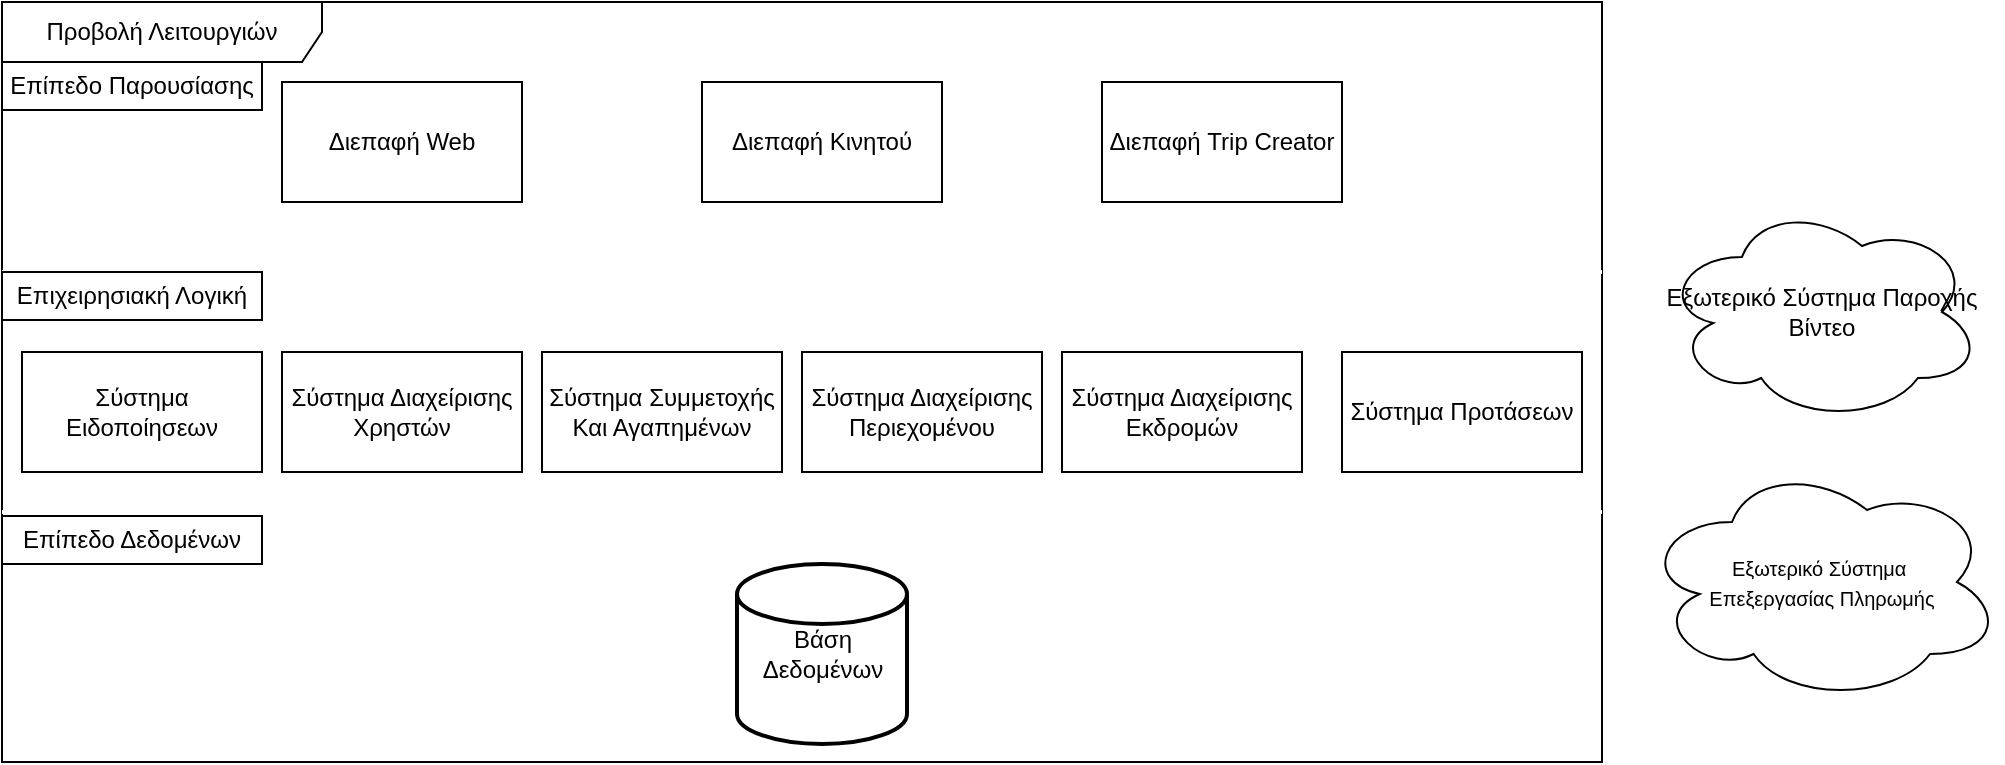
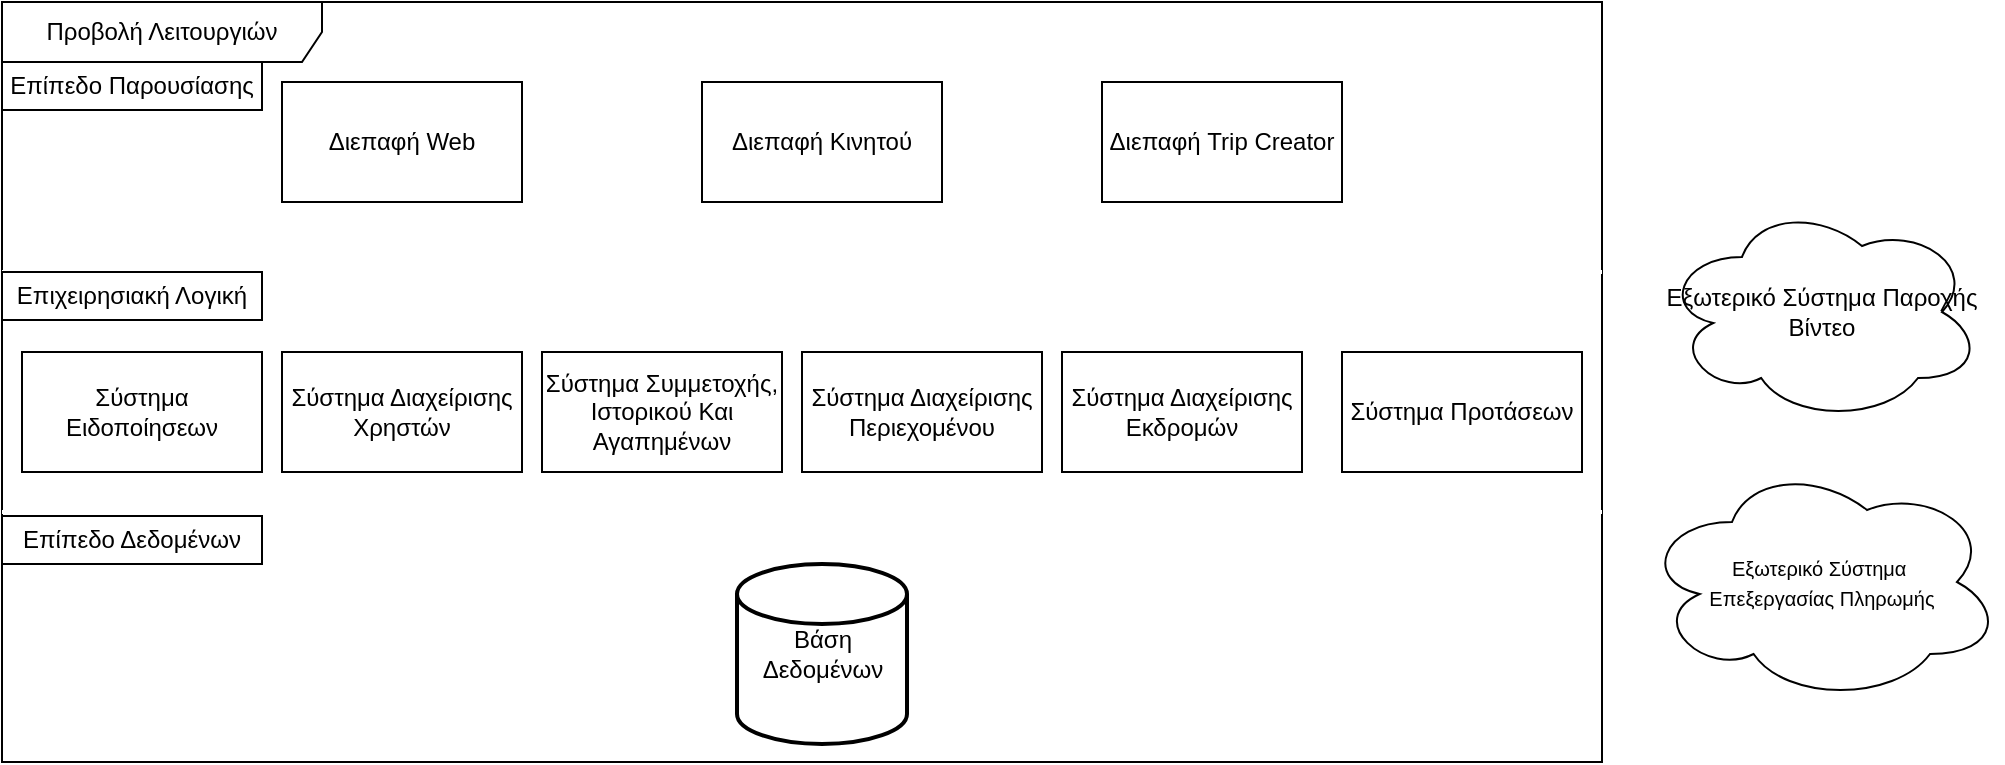
<mxfile host="Electron">
  <diagram name="Page-1" id="LWVoEHIgdcVyGuXH9VBG">
-     <mxGraphModel dx="1276" dy="936" grid="1" gridSize="10" guides="1" tooltips="1" connect="1" arrows="1" fold="1" page="1" pageScale="1" pageWidth="2336" pageHeight="1654" math="0" shadow="0">
+     <mxGraphModel dx="1276" dy="808" grid="1" gridSize="10" guides="1" tooltips="1" connect="1" arrows="1" fold="1" page="1" pageScale="1" pageWidth="2336" pageHeight="1654" math="0" shadow="0">
      <root>
        <mxCell id="0" />
        <mxCell id="1" parent="0" />
        <mxCell id="cU49adkIA0k8HB_ilmj_-1" parent="1" style="shape=umlFrame;whiteSpace=wrap;html=1;pointerEvents=0;recursiveResize=0;container=1;collapsible=0;width=160;" value="Προβολή Λειτουργιών" vertex="1">
          <mxGeometry height="380" width="800" x="350" y="280" as="geometry" />
        </mxCell>
        <mxCell id="cU49adkIA0k8HB_ilmj_-5" parent="cU49adkIA0k8HB_ilmj_-1" style="rounded=0;whiteSpace=wrap;html=1;" value="Σύστημα Διαχείρισης Χρηστών" vertex="1">
          <mxGeometry height="60" width="120" x="140" y="175" as="geometry" />
        </mxCell>
        <mxCell id="cU49adkIA0k8HB_ilmj_-7" parent="cU49adkIA0k8HB_ilmj_-1" style="rounded=0;whiteSpace=wrap;html=1;" value="Σύστημα Ειδοποίησεων" vertex="1">
          <mxGeometry height="60" width="120" x="10" y="175" as="geometry" />
        </mxCell>
-         <mxCell id="cU49adkIA0k8HB_ilmj_-8" parent="cU49adkIA0k8HB_ilmj_-1" style="rounded=0;whiteSpace=wrap;html=1;" value="Σύστημα Συμμετοχής Και Αγαπημένων" vertex="1">
+         <mxCell id="cU49adkIA0k8HB_ilmj_-8" parent="cU49adkIA0k8HB_ilmj_-1" style="rounded=0;whiteSpace=wrap;html=1;" value="Σύστημα Συμμετοχής, Ιστορικού Και Αγαπημένων" vertex="1">
          <mxGeometry height="60" width="120" x="270" y="175" as="geometry" />
        </mxCell>
        <mxCell id="cU49adkIA0k8HB_ilmj_-11" parent="cU49adkIA0k8HB_ilmj_-1" style="whiteSpace=wrap;html=1;" value="Σύστημα Διαχείρισης Περιεχομένου" vertex="1">
          <mxGeometry height="60" width="120" x="400" y="175" as="geometry" />
        </mxCell>
        <mxCell id="cU49adkIA0k8HB_ilmj_-12" parent="cU49adkIA0k8HB_ilmj_-1" style="line;strokeWidth=2;html=1;fontColor=#FF0000;labelBackgroundColor=#FF0000;strokeColor=#FFFFFF;" value="" vertex="1">
          <mxGeometry height="10" width="800" y="130" as="geometry" />
        </mxCell>
        <mxCell id="cU49adkIA0k8HB_ilmj_-13" parent="cU49adkIA0k8HB_ilmj_-1" style="line;strokeWidth=2;html=1;strokeColor=#FFFFFF;" value="" vertex="1">
          <mxGeometry height="10" width="800" y="250" as="geometry" />
        </mxCell>
        <mxCell id="cU49adkIA0k8HB_ilmj_-14" parent="cU49adkIA0k8HB_ilmj_-1" style="rounded=0;whiteSpace=wrap;html=1;" value="Επιχειρησιακή Λογική" vertex="1">
          <mxGeometry height="24" width="130" y="135" as="geometry" />
        </mxCell>
        <mxCell id="cU49adkIA0k8HB_ilmj_-15" parent="cU49adkIA0k8HB_ilmj_-1" style="rounded=0;whiteSpace=wrap;html=1;" value="Επίπεδο Παρουσίασης" vertex="1">
          <mxGeometry height="24" width="130" y="30" as="geometry" />
        </mxCell>
        <mxCell id="cU49adkIA0k8HB_ilmj_-18" parent="cU49adkIA0k8HB_ilmj_-1" style="strokeWidth=2;html=1;shape=mxgraph.flowchart.database;whiteSpace=wrap;" value="Βάση Δεδομένων" vertex="1">
          <mxGeometry height="90" width="85" x="367.5" y="281" as="geometry" />
        </mxCell>
        <object label="Διεπαφή Web" Description="Περιλαμβάνει τις λειτουργίες Login, Προβολή Εκδηλώσεων, Συμμετοχή." id="cU49adkIA0k8HB_ilmj_-19">
          <mxCell parent="cU49adkIA0k8HB_ilmj_-1" style="whiteSpace=wrap;html=1;" vertex="1">
            <mxGeometry height="60" width="120" x="140" y="40" as="geometry" />
          </mxCell>
        </object>
        <mxCell id="cU49adkIA0k8HB_ilmj_-21" parent="cU49adkIA0k8HB_ilmj_-1" style="whiteSpace=wrap;html=1;" value="Διεπαφή Κινητού" vertex="1">
          <mxGeometry height="60" width="120" x="350" y="40" as="geometry" />
        </mxCell>
        <mxCell id="cU49adkIA0k8HB_ilmj_-22" parent="cU49adkIA0k8HB_ilmj_-1" style="whiteSpace=wrap;html=1;" value="Διεπαφή Trip Creator" vertex="1">
          <mxGeometry height="60" width="120" x="550" y="40" as="geometry" />
        </mxCell>
        <mxCell id="cU49adkIA0k8HB_ilmj_-23" parent="cU49adkIA0k8HB_ilmj_-1" style="rounded=0;whiteSpace=wrap;html=1;" value="Επίπεδο Δεδομένων" vertex="1">
          <mxGeometry height="24" width="130" y="257" as="geometry" />
        </mxCell>
        <mxCell id="cU49adkIA0k8HB_ilmj_-6" parent="cU49adkIA0k8HB_ilmj_-1" style="rounded=0;whiteSpace=wrap;html=1;" value="Σύστημα Διαχείρισης Εκδρομών" vertex="1">
          <mxGeometry height="60" width="120" x="530" y="175" as="geometry" />
        </mxCell>
        <mxCell id="-nXPxUn_ctw05sg7sfYV-1" parent="cU49adkIA0k8HB_ilmj_-1" style="rounded=0;whiteSpace=wrap;html=1;" value="Σύστημα Προτάσεων" vertex="1">
          <mxGeometry height="60" width="120" x="670" y="175" as="geometry" />
        </mxCell>
        <mxCell id="cU49adkIA0k8HB_ilmj_-48" parent="1" style="ellipse;shape=cloud;whiteSpace=wrap;html=1;" value="Εξωτερικό Σύστημα Παροχής Βίντεο" vertex="1">
          <mxGeometry height="110" width="160" x="1180" y="380" as="geometry" />
        </mxCell>
        <mxCell id="YrfHs1Oqd6gtfLHeYrhr-1" parent="1" style="ellipse;shape=cloud;whiteSpace=wrap;html=1;" value="&lt;font style=&quot;font-size: 10px;&quot;&gt;Εξωτερικό Σύστημα&amp;nbsp;&lt;/font&gt;&lt;div&gt;&lt;font style=&quot;font-size: 10px;&quot;&gt;Επεξεργασίας Πληρωμής&lt;/font&gt;&lt;/div&gt;" vertex="1">
          <mxGeometry height="120" width="180" x="1170" y="510" as="geometry" />
        </mxCell>
      </root>
    </mxGraphModel>
  </diagram>
</mxfile>
